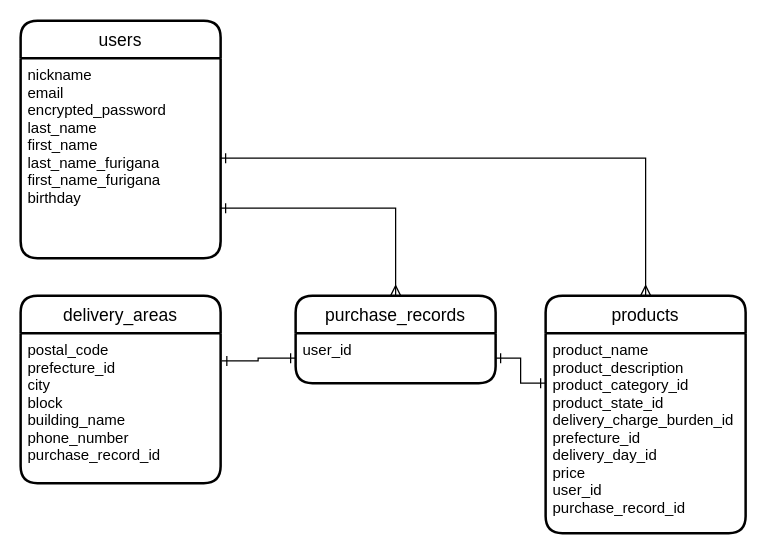
This is er.dio from HijiriOkuhara/furima-36024, a draw.io file, before an edit. Source tidied: cells renumbered, new cells numbered last; positions are measured from the earlier drawing's top-left corner, leaving out a move shared by most shapes. Both pictures are drawn from the tidied source at 125%, with x=0, y=0 at pixel (20, 20).
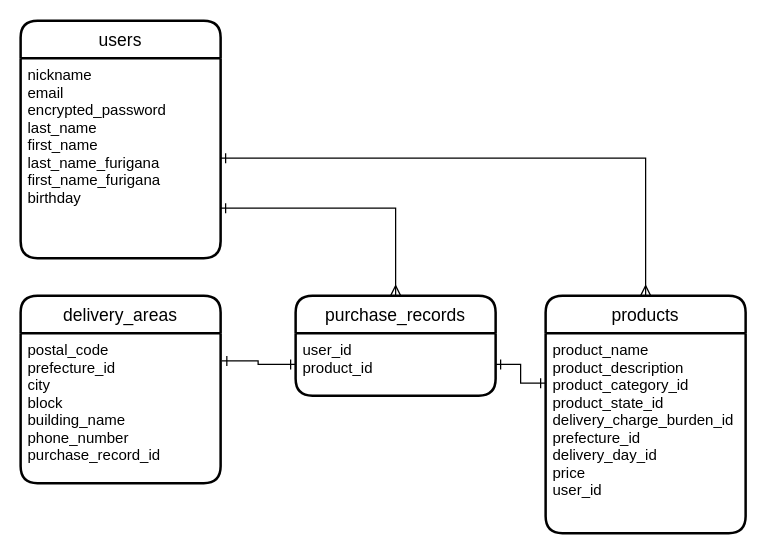
After the change.

Commit message (it also covers changes not shown here):
productテーブルとpurchase_recordテーブルの関連性を見直し

The edit, as a diff of the source:
```diff
@@
 <mxGraphModel>
   <root>
     <mxCell id="0" />
     <mxCell id="1" parent="0" />
     <mxCell id="2" value="users" style="swimlane;horizontal=1;startSize=30;rounded=1;fontSize=14;fontStyle=0;strokeWidth=2;shadow=0;dashed=0;align=center;" parent="1" vertex="1">
       <mxGeometry width="160" height="190" as="geometry" />
     </mxCell>
     <mxCell id="3" value="nickname&#10;email&#10;encrypted_password&#10;last_name&#10;first_name&#10;last_name_furigana&#10;first_name_furigana&#10;birthday" style="align=left;strokeColor=none;fillColor=none;spacingLeft=4;fontSize=12;verticalAlign=top;" parent="2" vertex="1">
       <mxGeometry y="30" width="160" height="160" as="geometry" />
     </mxCell>
     <mxCell id="4" value="products" style="swimlane;horizontal=1;startSize=30;rounded=1;fontSize=14;fontStyle=0;strokeWidth=2;shadow=0;dashed=0;align=center;" parent="1" vertex="1">
       <mxGeometry x="420" y="220" width="160" height="190" as="geometry" />
     </mxCell>
-    <mxCell id="5" value="product_name&#10;product_description&#10;product_category_id&#10;product_state_id&#10;delivery_charge_burden_id&#10;prefecture_id&#10;delivery_day_id&#10;price&#10;user_id&#10;purchase_record_id" style="align=left;strokeColor=none;fillColor=none;spacingLeft=4;fontSize=12;verticalAlign=top;" parent="4" vertex="1">
+    <mxCell id="5" value="product_name&#10;product_description&#10;product_category_id&#10;product_state_id&#10;delivery_charge_burden_id&#10;prefecture_id&#10;delivery_day_id&#10;price&#10;user_id" style="align=left;strokeColor=none;fillColor=none;spacingLeft=4;fontSize=12;verticalAlign=top;" parent="4" vertex="1">
       <mxGeometry y="30" width="160" height="160" as="geometry" />
     </mxCell>
     <mxCell id="6" value="purchase_records" style="swimlane;horizontal=1;startSize=30;rounded=1;fontSize=14;fontStyle=0;strokeWidth=2;shadow=0;dashed=0;align=center;" parent="1" vertex="1">
-      <mxGeometry x="220" y="220" width="160" height="70" as="geometry" />
+      <mxGeometry x="220" y="220" width="160" height="80" as="geometry" />
     </mxCell>
-    <mxCell id="7" value="user_id" style="align=left;strokeColor=none;fillColor=none;spacingLeft=4;fontSize=12;verticalAlign=top;" parent="6" vertex="1">
-      <mxGeometry y="30" width="160" height="40" as="geometry" />
+    <mxCell id="7" value="user_id&#10;product_id" style="align=left;strokeColor=none;fillColor=none;spacingLeft=4;fontSize=12;verticalAlign=top;" parent="6" vertex="1">
+      <mxGeometry y="30" width="160" height="50" as="geometry" />
     </mxCell>
     <mxCell id="8" value="delivery_areas" style="swimlane;horizontal=1;startSize=30;rounded=1;fontSize=14;fontStyle=0;strokeWidth=2;shadow=0;dashed=0;align=center;" parent="1" vertex="1">
       <mxGeometry y="220" width="160" height="150" as="geometry" />
     </mxCell>
     <mxCell id="9" value="postal_code&#10;prefecture_id&#10;city&#10;block&#10;building_name&#10;phone_number&#10;purchase_record_id" style="align=left;strokeColor=none;fillColor=none;spacingLeft=4;fontSize=12;verticalAlign=top;" parent="8" vertex="1">
       <mxGeometry y="30" width="160" height="120" as="geometry" />
     </mxCell>
     <mxCell id="10" style="edgeStyle=orthogonalEdgeStyle;rounded=0;jettySize=auto;html=1;exitX=1;exitY=0.5;exitDx=0;exitDy=0;entryX=0.5;entryY=0;entryDx=0;entryDy=0;startArrow=ERone;startFill=0;endArrow=ERmany;endFill=0;" parent="1" edge="1" source="3" target="4">
       <mxGeometry relative="1" as="geometry" />
     </mxCell>
     <mxCell id="11" style="edgeStyle=orthogonalEdgeStyle;rounded=0;jettySize=auto;html=1;exitX=1;exitY=0.5;exitDx=0;exitDy=0;entryX=0;entryY=0.25;entryDx=0;entryDy=0;startArrow=ERone;startFill=0;endArrow=ERone;endFill=0;" parent="1" edge="1" source="7" target="5">
       <mxGeometry relative="1" as="geometry" />
     </mxCell>
     <mxCell id="12" style="edgeStyle=orthogonalEdgeStyle;rounded=0;jettySize=auto;html=1;exitX=0;exitY=0.5;exitDx=0;exitDy=0;entryX=1.006;entryY=0.185;entryDx=0;entryDy=0;entryPerimeter=0;startArrow=ERone;startFill=0;endArrow=ERone;endFill=0;" parent="1" edge="1" source="7" target="9">
       <mxGeometry relative="1" as="geometry" />
     </mxCell>
     <mxCell id="13" style="edgeStyle=orthogonalEdgeStyle;rounded=0;jettySize=auto;html=1;exitX=1;exitY=0.75;exitDx=0;exitDy=0;entryX=0.5;entryY=0;entryDx=0;entryDy=0;startArrow=ERone;startFill=0;endArrow=ERmany;endFill=0;" parent="1" edge="1" source="3" target="6">
       <mxGeometry relative="1" as="geometry" />
     </mxCell>
   </root>
 </mxGraphModel>
```
